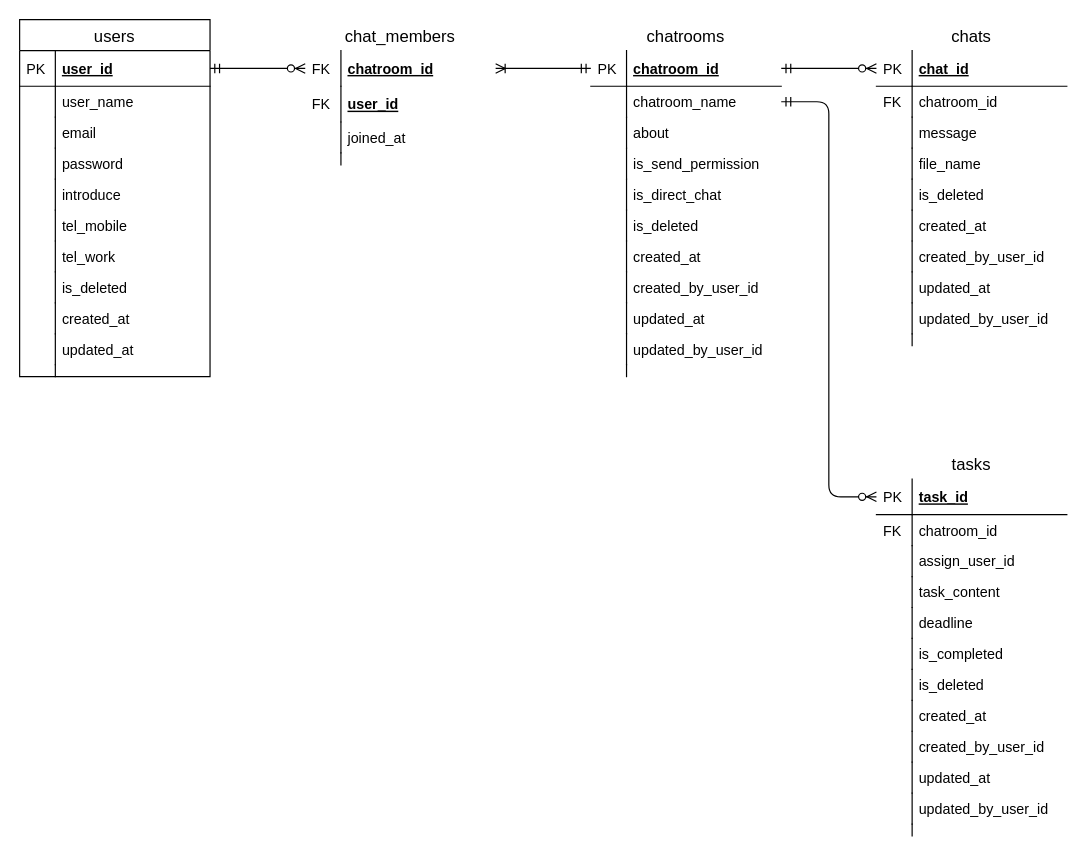
Above: db/db-challenge1/chatwork-er.drawio in nanakusa27/quelcode-db (draw.io), before the change. Source tidied: cells renumbered, new cells numbered last; positions are measured from the earlier drawing's top-left corner, leaving out a move shared by most shapes. Both pictures are drawn from the tidied source at 119%, with x=0, y=0 at pixel (19, 19).
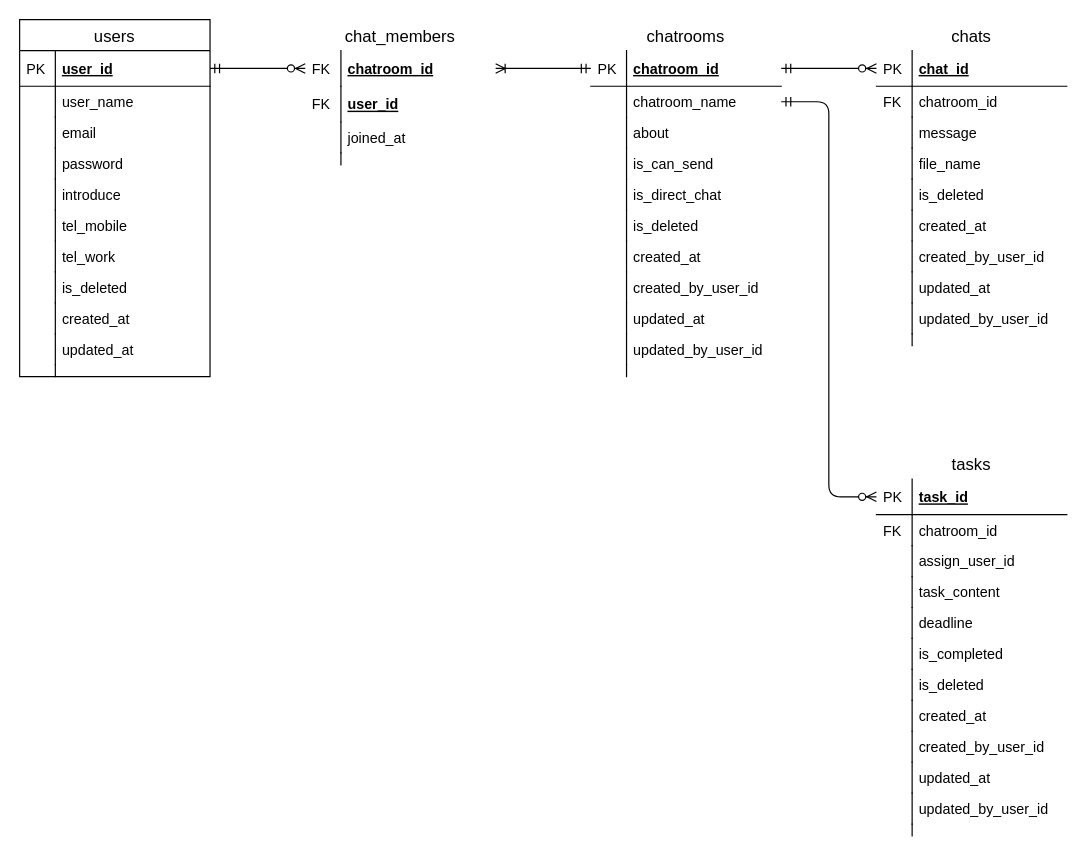
The same diagram, later.

The change refers to these unchanged cells:
```xml
<mxCell id="34" value="chatrooms" style="swimlane;fontStyle=0;horizontal=1;startSize=26;align=center;fontSize=14;labelBackgroundColor=none;strokeColor=#FFFFFF;fillColor=none;gradientColor=#ffffff;" parent="1" vertex="1">
  <mxGeometry x="480" width="160" height="300" as="geometry" />
</mxCell>
```

Diff of the diagram source:
```diff
@@
-    <mxCell id="41" value="is_send_permission" style="shape=partialRectangle;top=0;left=0;right=0;bottom=0;align=left;verticalAlign=top;fillColor=none;spacingLeft=34;spacingRight=4;overflow=hidden;fontSize=12;" parent="34" vertex="1">
+    <mxCell id="41" value="is_can_send" style="shape=partialRectangle;top=0;left=0;right=0;bottom=0;align=left;verticalAlign=top;fillColor=none;spacingLeft=34;spacingRight=4;overflow=hidden;fontSize=12;" parent="34" vertex="1">
       <mxGeometry y="108" width="160" height="26" as="geometry" />
     </mxCell>
```
